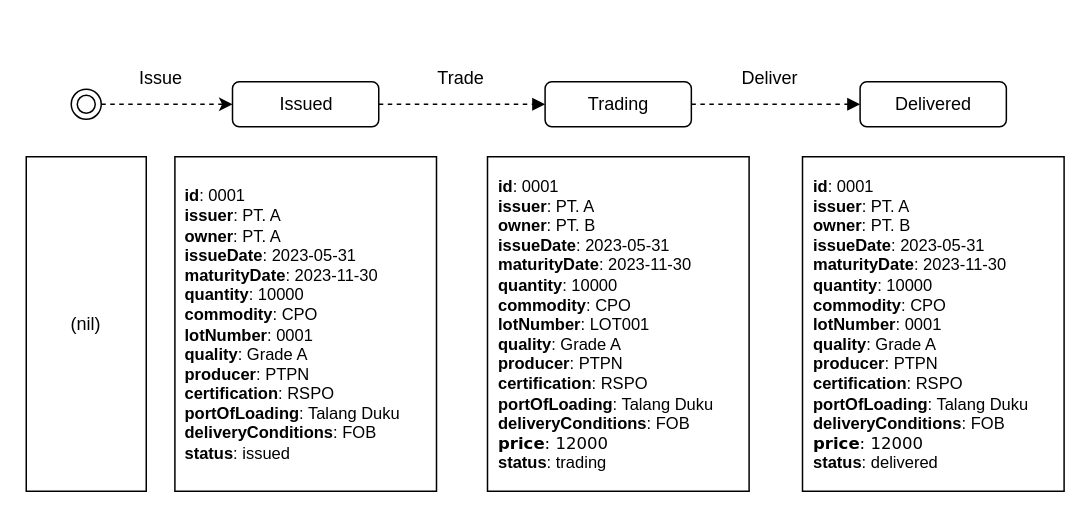
ariesharry/Diagrams keeps this draw.io diagram as State Smart Contract.drawio. Above is the earlier version. Source tidied: cells renumbered, new cells numbered last; positions are measured from the earlier drawing's top-left corner, leaving out a move shared by most shapes. Both pictures are drawn from the tidied source at 150%, with x=0, y=0 at pixel (26, 56).
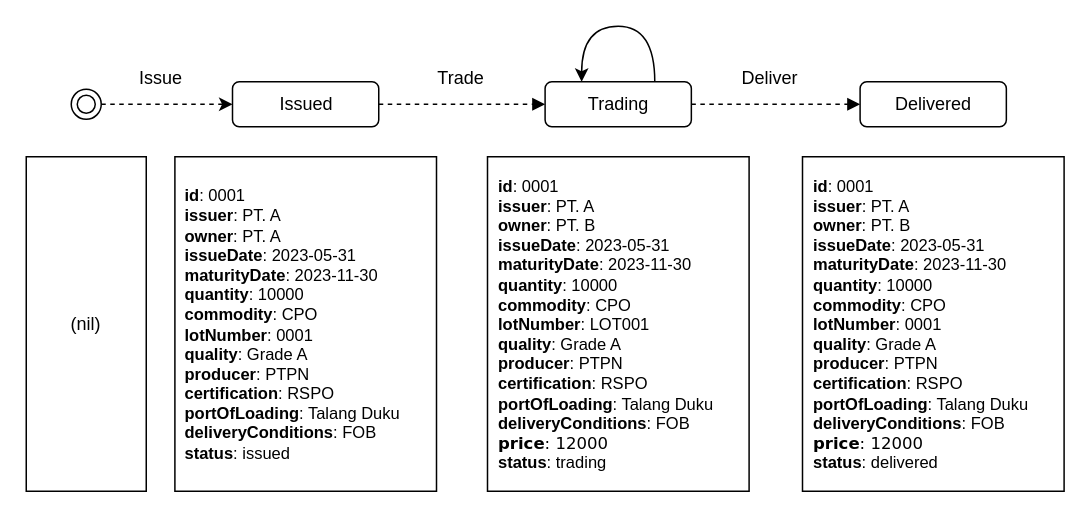
After the change.

Diff of the diagram source:
```diff
@@
 <mxGraphModel>
   <root>
     <mxCell id="0" />
     <mxCell id="1" parent="0" />
     <mxCell id="2" value="Issued" style="rounded=1;whiteSpace=wrap;html=1;" parent="1" vertex="1">
       <mxGeometry x="137.5" y="17" width="97.5" height="30" as="geometry" />
     </mxCell>
     <mxCell id="3" style="edgeStyle=orthogonalEdgeStyle;rounded=0;jettySize=auto;html=1;exitX=1;exitY=0.5;exitDx=0;exitDy=0;entryX=0;entryY=0.5;entryDx=0;entryDy=0;dashed=1;endArrow=block;endFill=1;" parent="1" edge="1" source="2" target="5">
       <mxGeometry relative="1" as="geometry" />
     </mxCell>
     <mxCell id="4" style="edgeStyle=orthogonalEdgeStyle;rounded=0;jettySize=auto;html=1;exitX=1;exitY=0.5;exitDx=0;exitDy=0;dashed=1;endArrow=block;endFill=1;" parent="1" edge="1" source="5" target="6">
       <mxGeometry relative="1" as="geometry" />
     </mxCell>
     <mxCell id="5" value="Trading" style="rounded=1;whiteSpace=wrap;html=1;" parent="1" vertex="1">
       <mxGeometry x="345.9" y="17" width="97.5" height="30" as="geometry" />
     </mxCell>
     <mxCell id="6" value="Delivered" style="rounded=1;whiteSpace=wrap;html=1;" parent="1" vertex="1">
       <mxGeometry x="555.9" y="17" width="97.5" height="30" as="geometry" />
     </mxCell>
     <mxCell id="7" style="edgeStyle=orthogonalEdgeStyle;rounded=0;jettySize=auto;html=1;exitX=1;exitY=0.5;exitDx=0;exitDy=0;dashed=1;" parent="1" edge="1" source="8" target="2">
       <mxGeometry relative="1" as="geometry" />
     </mxCell>
     <mxCell id="8" style="ellipse;shape=doubleEllipse;html=1;dashed=0;whiteSpace=wrap;" parent="1" vertex="1">
       <mxGeometry x="30" y="22" width="20" height="20" as="geometry" />
     </mxCell>
     <mxCell id="9" value="(nil)" style="rounded=0;whiteSpace=wrap;html=1;" parent="1" vertex="1">
       <mxGeometry y="67" width="80" height="223" as="geometry" />
     </mxCell>
     <mxCell id="10" value="&lt;div style=&quot;font-size: 11px;&quot;&gt;&lt;font face=&quot;Helvetica&quot;&gt;&lt;b&gt;id&lt;/b&gt;: 0001&lt;/font&gt;&lt;/div&gt;&lt;div style=&quot;&quot;&gt;&lt;font face=&quot;Helvetica&quot;&gt;&lt;b&gt;issuer&lt;/b&gt;: PT. A&lt;br&gt;&lt;/font&gt;&lt;/div&gt;&lt;div style=&quot;font-size: 11px;&quot;&gt;&lt;font face=&quot;Helvetica&quot;&gt;&lt;b&gt;owner&lt;/b&gt;: PT. A&lt;/font&gt;&lt;/div&gt;&lt;div style=&quot;font-size: 11px;&quot;&gt;&lt;div&gt;&lt;font face=&quot;Helvetica&quot;&gt;&lt;b&gt;issueDate&lt;/b&gt;: 2023-05-31&lt;/font&gt;&lt;/div&gt;&lt;div&gt;&lt;span style=&quot;background-color: initial;&quot;&gt;&lt;font face=&quot;Helvetica&quot;&gt;&lt;b&gt;maturityDate&lt;/b&gt;: 2023-11-30&lt;/font&gt;&lt;/span&gt;&lt;/div&gt;&lt;div&gt;&lt;font face=&quot;Helvetica&quot;&gt;&lt;b&gt;quantity&lt;/b&gt;: 10000&lt;/font&gt;&lt;/div&gt;&lt;div&gt;&lt;font face=&quot;Helvetica&quot;&gt;&lt;b&gt;commodity&lt;/b&gt;: CPO&lt;/font&gt;&lt;/div&gt;&lt;div&gt;&lt;font face=&quot;Helvetica&quot;&gt;&lt;b&gt;lotNumber&lt;/b&gt;: 0001&lt;/font&gt;&lt;/div&gt;&lt;div&gt;&lt;font face=&quot;Helvetica&quot;&gt;&lt;b&gt;quality&lt;/b&gt;: Grade A&lt;/font&gt;&lt;/div&gt;&lt;div&gt;&lt;font face=&quot;Helvetica&quot;&gt;&lt;b&gt;producer&lt;/b&gt;: PTPN&lt;/font&gt;&lt;/div&gt;&lt;div&gt;&lt;font face=&quot;Helvetica&quot;&gt;&lt;b&gt;certification&lt;/b&gt;: RSPO&lt;/font&gt;&lt;/div&gt;&lt;div&gt;&lt;font face=&quot;Helvetica&quot;&gt;&lt;b&gt;portOfLoading&lt;/b&gt;: Talang Duku&lt;/font&gt;&lt;/div&gt;&lt;div&gt;&lt;font face=&quot;Helvetica&quot;&gt;&lt;b&gt;deliveryConditions&lt;/b&gt;: FOB&lt;/font&gt;&lt;/div&gt;&lt;div&gt;&lt;font face=&quot;Helvetica&quot;&gt;&lt;b&gt;status&lt;/b&gt;: issued&lt;/font&gt;&lt;/div&gt;&lt;/div&gt;" style="rounded=0;whiteSpace=wrap;html=1;align=left;fontFamily=Verdana;labelBackgroundColor=none;spacingLeft=5;fontSize=11;spacingTop=0;spacing=2;" parent="1" vertex="1">
       <mxGeometry x="99.1" y="67" width="174.4" height="223" as="geometry" />
     </mxCell>
     <mxCell id="11" value="&lt;div style=&quot;font-size: 11px;&quot;&gt;&lt;div style=&quot;border-color: var(--border-color);&quot;&gt;&lt;font style=&quot;border-color: var(--border-color);&quot; face=&quot;Helvetica&quot;&gt;&lt;b style=&quot;border-color: var(--border-color);&quot;&gt;id&lt;/b&gt;: 0001&lt;/font&gt;&lt;/div&gt;&lt;div style=&quot;border-color: var(--border-color);&quot;&gt;&lt;font style=&quot;border-color: var(--border-color);&quot; face=&quot;Helvetica&quot;&gt;&lt;b style=&quot;border-color: var(--border-color);&quot;&gt;issuer&lt;/b&gt;: PT. A&lt;br style=&quot;border-color: var(--border-color);&quot;&gt;&lt;/font&gt;&lt;/div&gt;&lt;div style=&quot;border-color: var(--border-color);&quot;&gt;&lt;font style=&quot;border-color: var(--border-color);&quot; face=&quot;Helvetica&quot;&gt;&lt;b style=&quot;border-color: var(--border-color);&quot;&gt;owner&lt;/b&gt;: PT. B&lt;/font&gt;&lt;/div&gt;&lt;div style=&quot;border-color: var(--border-color);&quot;&gt;&lt;div style=&quot;border-color: var(--border-color);&quot;&gt;&lt;font style=&quot;border-color: var(--border-color);&quot; face=&quot;Helvetica&quot;&gt;&lt;b style=&quot;border-color: var(--border-color);&quot;&gt;issueDate&lt;/b&gt;: 2023-05-31&lt;/font&gt;&lt;/div&gt;&lt;div style=&quot;border-color: var(--border-color);&quot;&gt;&lt;font style=&quot;border-color: var(--border-color);&quot; face=&quot;Helvetica&quot;&gt;&lt;b style=&quot;border-color: var(--border-color);&quot;&gt;maturityDate&lt;/b&gt;: 2023-11-30&lt;/font&gt;&lt;/div&gt;&lt;div style=&quot;border-color: var(--border-color);&quot;&gt;&lt;font style=&quot;border-color: var(--border-color);&quot; face=&quot;Helvetica&quot;&gt;&lt;b style=&quot;border-color: var(--border-color);&quot;&gt;quantity&lt;/b&gt;: 10000&lt;/font&gt;&lt;/div&gt;&lt;div style=&quot;border-color: var(--border-color);&quot;&gt;&lt;font style=&quot;border-color: var(--border-color);&quot; face=&quot;Helvetica&quot;&gt;&lt;b style=&quot;border-color: var(--border-color);&quot;&gt;commodity&lt;/b&gt;: CPO&lt;/font&gt;&lt;/div&gt;&lt;div style=&quot;border-color: var(--border-color);&quot;&gt;&lt;font style=&quot;border-color: var(--border-color);&quot; face=&quot;Helvetica&quot;&gt;&lt;b style=&quot;border-color: var(--border-color);&quot;&gt;lotNumber&lt;/b&gt;: LOT001&lt;/font&gt;&lt;/div&gt;&lt;div style=&quot;border-color: var(--border-color);&quot;&gt;&lt;font style=&quot;border-color: var(--border-color);&quot; face=&quot;Helvetica&quot;&gt;&lt;b style=&quot;border-color: var(--border-color);&quot;&gt;quality&lt;/b&gt;: Grade A&lt;/font&gt;&lt;/div&gt;&lt;div style=&quot;border-color: var(--border-color);&quot;&gt;&lt;font style=&quot;border-color: var(--border-color);&quot; face=&quot;Helvetica&quot;&gt;&lt;b style=&quot;border-color: var(--border-color);&quot;&gt;producer&lt;/b&gt;: PTPN&lt;/font&gt;&lt;/div&gt;&lt;div style=&quot;border-color: var(--border-color);&quot;&gt;&lt;font style=&quot;border-color: var(--border-color);&quot; face=&quot;Helvetica&quot;&gt;&lt;b style=&quot;border-color: var(--border-color);&quot;&gt;certification&lt;/b&gt;: RSPO&lt;/font&gt;&lt;/div&gt;&lt;div style=&quot;border-color: var(--border-color);&quot;&gt;&lt;font style=&quot;border-color: var(--border-color);&quot; face=&quot;Helvetica&quot;&gt;&lt;b style=&quot;border-color: var(--border-color);&quot;&gt;portOfLoading&lt;/b&gt;: Talang Duku&lt;/font&gt;&lt;/div&gt;&lt;div style=&quot;border-color: var(--border-color);&quot;&gt;&lt;font style=&quot;border-color: var(--border-color);&quot; face=&quot;Helvetica&quot;&gt;&lt;b style=&quot;border-color: var(--border-color);&quot;&gt;deliveryConditions&lt;/b&gt;: FOB&lt;/font&gt;&lt;/div&gt;&lt;div style=&quot;border-color: var(--border-color);&quot;&gt;&lt;b&gt;price&lt;/b&gt;: 12000&lt;/div&gt;&lt;div style=&quot;border-color: var(--border-color);&quot;&gt;&lt;font style=&quot;border-color: var(--border-color);&quot; face=&quot;Helvetica&quot;&gt;&lt;b style=&quot;border-color: var(--border-color);&quot;&gt;status&lt;/b&gt;: trading&lt;/font&gt;&lt;/div&gt;&lt;/div&gt;&lt;/div&gt;" style="rounded=0;whiteSpace=wrap;html=1;align=left;fontFamily=Verdana;labelBackgroundColor=none;spacingLeft=5;fontSize=11;" parent="1" vertex="1">
       <mxGeometry x="307.5" y="67" width="174.4" height="223" as="geometry" />
     </mxCell>
     <mxCell id="12" value="&lt;div style=&quot;font-size: 11px;&quot;&gt;&lt;div style=&quot;border-color: var(--border-color);&quot;&gt;&lt;div style=&quot;border-color: var(--border-color);&quot;&gt;&lt;font style=&quot;border-color: var(--border-color);&quot; face=&quot;Helvetica&quot;&gt;&lt;b style=&quot;border-color: var(--border-color);&quot;&gt;id&lt;/b&gt;: 0001&lt;/font&gt;&lt;/div&gt;&lt;div style=&quot;border-color: var(--border-color);&quot;&gt;&lt;font style=&quot;border-color: var(--border-color);&quot; face=&quot;Helvetica&quot;&gt;&lt;b style=&quot;border-color: var(--border-color);&quot;&gt;issuer&lt;/b&gt;: PT. A&lt;br style=&quot;border-color: var(--border-color);&quot;&gt;&lt;/font&gt;&lt;/div&gt;&lt;div style=&quot;border-color: var(--border-color);&quot;&gt;&lt;font style=&quot;border-color: var(--border-color);&quot; face=&quot;Helvetica&quot;&gt;&lt;b style=&quot;border-color: var(--border-color);&quot;&gt;owner&lt;/b&gt;: PT. B&lt;/font&gt;&lt;/div&gt;&lt;div style=&quot;border-color: var(--border-color);&quot;&gt;&lt;div style=&quot;border-color: var(--border-color);&quot;&gt;&lt;font style=&quot;border-color: var(--border-color);&quot; face=&quot;Helvetica&quot;&gt;&lt;b style=&quot;border-color: var(--border-color);&quot;&gt;issueDate&lt;/b&gt;: 2023-05-31&lt;/font&gt;&lt;/div&gt;&lt;div style=&quot;border-color: var(--border-color);&quot;&gt;&lt;font style=&quot;border-color: var(--border-color);&quot; face=&quot;Helvetica&quot;&gt;&lt;b style=&quot;border-color: var(--border-color);&quot;&gt;maturityDate&lt;/b&gt;: 2023-11-30&lt;/font&gt;&lt;/div&gt;&lt;div style=&quot;border-color: var(--border-color);&quot;&gt;&lt;font style=&quot;border-color: var(--border-color);&quot; face=&quot;Helvetica&quot;&gt;&lt;b style=&quot;border-color: var(--border-color);&quot;&gt;quantity&lt;/b&gt;: 10000&lt;/font&gt;&lt;/div&gt;&lt;div style=&quot;border-color: var(--border-color);&quot;&gt;&lt;font style=&quot;border-color: var(--border-color);&quot; face=&quot;Helvetica&quot;&gt;&lt;b style=&quot;border-color: var(--border-color);&quot;&gt;commodity&lt;/b&gt;: CPO&lt;/font&gt;&lt;/div&gt;&lt;div style=&quot;border-color: var(--border-color);&quot;&gt;&lt;font style=&quot;border-color: var(--border-color);&quot; face=&quot;Helvetica&quot;&gt;&lt;b style=&quot;border-color: var(--border-color);&quot;&gt;lotNumber&lt;/b&gt;: 0001&lt;/font&gt;&lt;/div&gt;&lt;div style=&quot;border-color: var(--border-color);&quot;&gt;&lt;font style=&quot;border-color: var(--border-color);&quot; face=&quot;Helvetica&quot;&gt;&lt;b style=&quot;border-color: var(--border-color);&quot;&gt;quality&lt;/b&gt;: Grade A&lt;/font&gt;&lt;/div&gt;&lt;div style=&quot;border-color: var(--border-color);&quot;&gt;&lt;font style=&quot;border-color: var(--border-color);&quot; face=&quot;Helvetica&quot;&gt;&lt;b style=&quot;border-color: var(--border-color);&quot;&gt;producer&lt;/b&gt;: PTPN&lt;/font&gt;&lt;/div&gt;&lt;div style=&quot;border-color: var(--border-color);&quot;&gt;&lt;font style=&quot;border-color: var(--border-color);&quot; face=&quot;Helvetica&quot;&gt;&lt;b style=&quot;border-color: var(--border-color);&quot;&gt;certification&lt;/b&gt;: RSPO&lt;/font&gt;&lt;/div&gt;&lt;div style=&quot;border-color: var(--border-color);&quot;&gt;&lt;font style=&quot;border-color: var(--border-color);&quot; face=&quot;Helvetica&quot;&gt;&lt;b style=&quot;border-color: var(--border-color);&quot;&gt;portOfLoading&lt;/b&gt;: Talang Duku&lt;/font&gt;&lt;/div&gt;&lt;div style=&quot;border-color: var(--border-color);&quot;&gt;&lt;font style=&quot;border-color: var(--border-color);&quot; face=&quot;Helvetica&quot;&gt;&lt;b style=&quot;border-color: var(--border-color);&quot;&gt;deliveryConditions&lt;/b&gt;: FOB&lt;/font&gt;&lt;/div&gt;&lt;div style=&quot;border-color: var(--border-color);&quot;&gt;&lt;b style=&quot;border-color: var(--border-color);&quot;&gt;price&lt;/b&gt;: 12000&lt;/div&gt;&lt;div style=&quot;border-color: var(--border-color);&quot;&gt;&lt;font style=&quot;border-color: var(--border-color);&quot; face=&quot;Helvetica&quot;&gt;&lt;b style=&quot;border-color: var(--border-color);&quot;&gt;status&lt;/b&gt;: delivered&lt;/font&gt;&lt;/div&gt;&lt;/div&gt;&lt;/div&gt;&lt;/div&gt;" style="rounded=0;whiteSpace=wrap;html=1;align=left;fontFamily=Verdana;labelBackgroundColor=none;spacingLeft=5;fontSize=11;" parent="1" vertex="1">
       <mxGeometry x="517.5" y="67" width="174.4" height="223" as="geometry" />
     </mxCell>
     <mxCell id="13" value="Issue" style="text;html=1;strokeColor=none;fillColor=none;align=center;verticalAlign=middle;whiteSpace=wrap;rounded=0;" parent="1" vertex="1">
       <mxGeometry x="60" width="60" height="30" as="geometry" />
     </mxCell>
     <mxCell id="14" value="Deliver" style="text;html=1;strokeColor=none;fillColor=none;align=center;verticalAlign=middle;whiteSpace=wrap;rounded=0;" parent="1" vertex="1">
       <mxGeometry x="465.9" width="60" height="30" as="geometry" />
     </mxCell>
     <mxCell id="15" value="Trade" style="text;html=1;strokeColor=none;fillColor=none;align=center;verticalAlign=middle;whiteSpace=wrap;rounded=0;" parent="1" vertex="1">
       <mxGeometry x="260" width="60" height="30" as="geometry" />
     </mxCell>
+    <mxCell id="16" style="edgeStyle=orthogonalEdgeStyle;orthogonalLoop=1;jettySize=auto;html=1;exitX=0.75;exitY=0;exitDx=0;exitDy=0;entryX=0.25;entryY=0;entryDx=0;entryDy=0;curved=1;" parent="1" edge="1" source="5" target="5">
+      <mxGeometry relative="1" as="geometry">
+        <Array as="points">
+          <mxPoint x="419" y="-20" />
+          <mxPoint x="370" y="-20" />
+        </Array>
+      </mxGeometry>
+    </mxCell>
   </root>
 </mxGraphModel>
```
